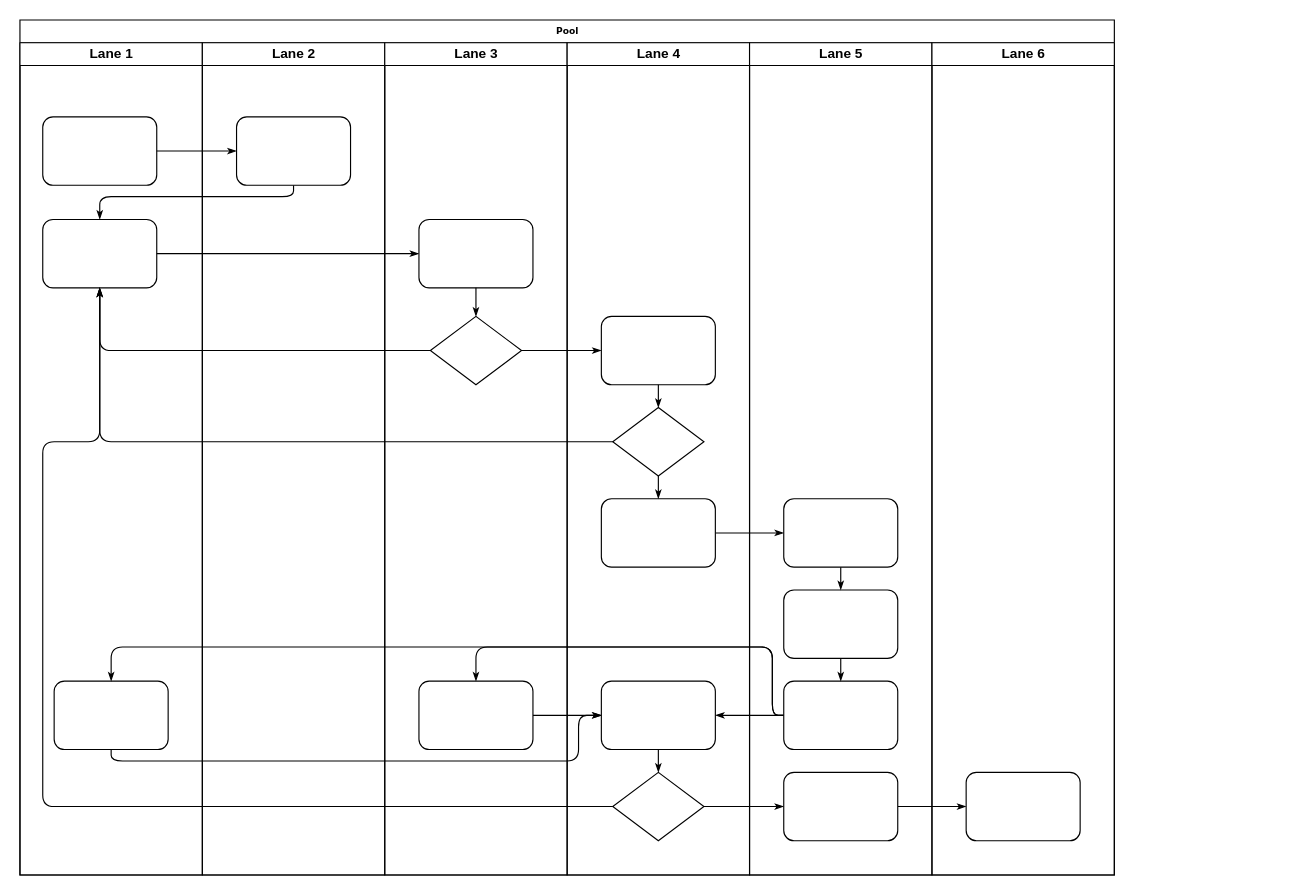
The draw.io diagram CIRCUITOS.drawio in LuizGarcia22/firsttimedream, before the edit. Source tidied: cells renumbered, new cells numbered last; positions are measured from the earlier drawing's top-left corner, leaving out a move shared by most shapes. Both pictures are drawn from the tidied source at 114%, with x=0, y=0 at pixel (19, 19).
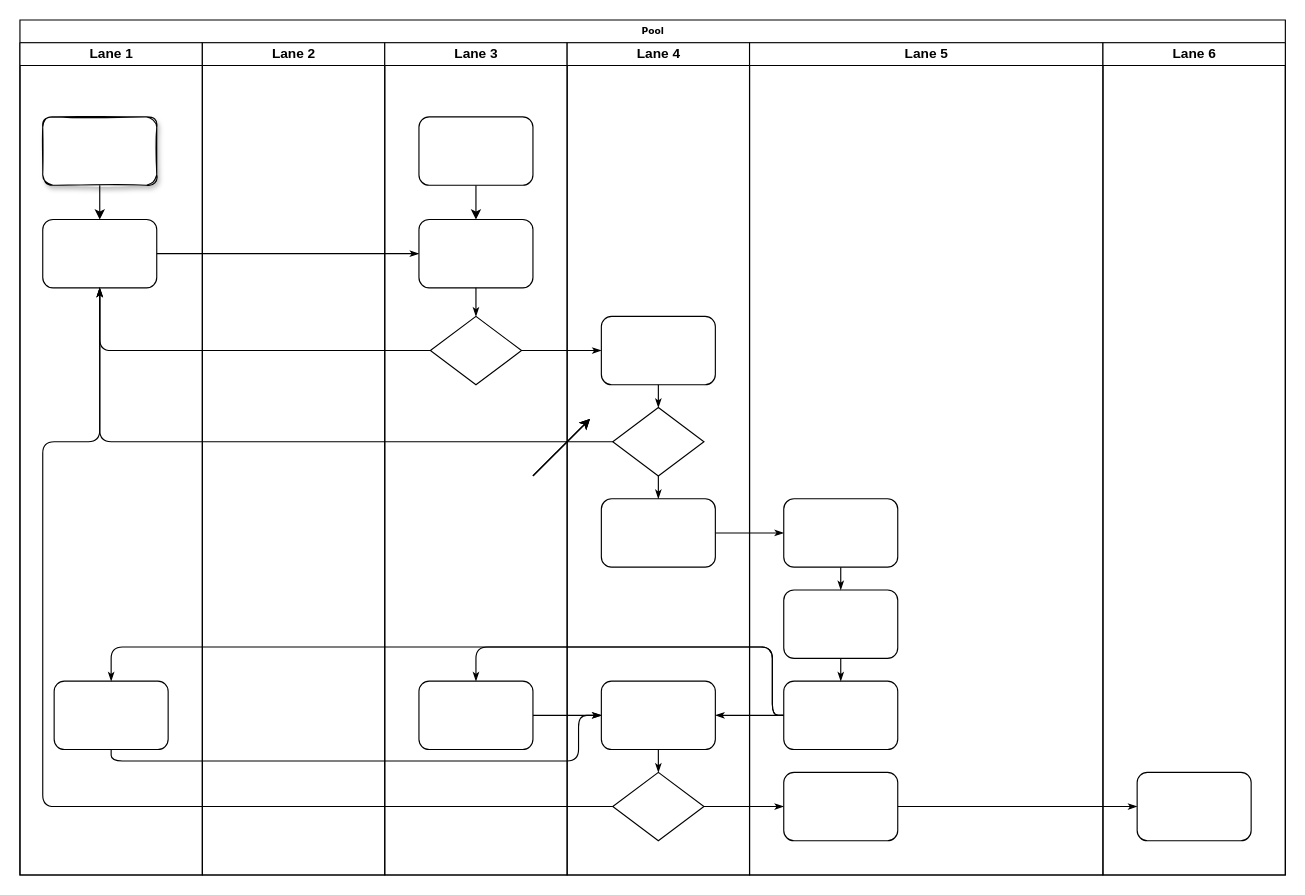
The same page after the edit.

Unchanged cells that the change refers to:
```xml
<mxCell id="3" value="Lane 1" style="swimlane;html=1;startSize=20;" parent="2" vertex="1">
  <mxGeometry y="20" width="160" height="730" as="geometry" />
</mxCell>
<mxCell id="5" style="rounded=1;whiteSpace=wrap;html=1;shadow=0;labelBackgroundColor=none;strokeWidth=1;fontFamily=Verdana;fontSize=8;align=center;" parent="3" vertex="1">
  <mxGeometry x="20" y="155" width="100" height="60" as="geometry" />
</mxCell>
<mxCell id="22" value="Lane 2" style="swimlane;html=1;startSize=20;" parent="2" vertex="1">
  <mxGeometry x="160" y="20" width="160" height="730" as="geometry" />
</mxCell>
<mxCell id="24" value="Lane 3" style="swimlane;html=1;startSize=20;" parent="2" vertex="1">
  <mxGeometry x="320" y="20" width="160" height="730" as="geometry" />
</mxCell>
<mxCell id="25" style="rounded=1;whiteSpace=wrap;html=1;shadow=0;labelBackgroundColor=none;strokeWidth=1;fontFamily=Verdana;fontSize=8;align=center;" parent="24" vertex="1">
  <mxGeometry x="30" y="155" width="100" height="60" as="geometry" />
</mxCell>
```

The edit, as a diff of the source:
```diff
@@
     <mxCell id="2" value="Pool" style="swimlane;html=1;startSize=20;rounded=0;shadow=0;labelBackgroundColor=none;strokeWidth=1;fontFamily=Verdana;fontSize=8;align=center;" parent="1" vertex="1">
-      <mxGeometry width="960" height="750" as="geometry" />
+      <mxGeometry width="1110" height="750" as="geometry" />
     </mxCell>
@@
-    <mxCell id="4" style="rounded=1;whiteSpace=wrap;html=1;shadow=0;labelBackgroundColor=none;strokeWidth=1;fontFamily=Verdana;fontSize=8;align=center;" parent="3" vertex="1">
+    <mxCell id="4" style="rounded=1;whiteSpace=wrap;html=1;shadow=1;labelBackgroundColor=none;strokeWidth=1;fontFamily=Verdana;fontSize=8;align=center;sketch=1;" parent="3" vertex="1">
       <mxGeometry x="20" y="65" width="100" height="60" as="geometry" />
     </mxCell>
+    <mxCell id="47" style="edgeStyle=orthogonalEdgeStyle;rounded=0;jettySize=auto;html=1;" parent="3" edge="1" source="4" target="5">
+      <mxGeometry relative="1" as="geometry" />
+    </mxCell>
@@
-    <mxCell id="7" style="edgeStyle=orthogonalEdgeStyle;rounded=1;html=1;labelBackgroundColor=none;startArrow=none;startFill=0;startSize=5;endArrow=classicThin;endFill=1;endSize=5;jettySize=auto;strokeWidth=1;fontFamily=Verdana;fontSize=8;" parent="2" edge="1" source="4" target="23">
-      <mxGeometry relative="1" as="geometry" />
-    </mxCell>
-    <mxCell id="8" style="edgeStyle=orthogonalEdgeStyle;rounded=1;html=1;labelBackgroundColor=none;startArrow=none;startFill=0;startSize=5;endArrow=classicThin;endFill=1;endSize=5;jettySize=auto;strokeWidth=1;fontFamily=Verdana;fontSize=8;" parent="2" edge="1" source="23" target="5">
-      <mxGeometry relative="1" as="geometry">
-        <Array as="points">
-          <mxPoint x="240" y="155" />
-          <mxPoint x="70" y="155" />
-        </Array>
-      </mxGeometry>
-    </mxCell>
@@
-    <mxCell id="23" style="rounded=1;whiteSpace=wrap;html=1;shadow=0;labelBackgroundColor=none;strokeWidth=1;fontFamily=Verdana;fontSize=8;align=center;" parent="22" vertex="1">
-      <mxGeometry x="30" y="65" width="100" height="60" as="geometry" />
-    </mxCell>
@@
+    <mxCell id="48" style="edgeStyle=orthogonalEdgeStyle;rounded=0;jettySize=auto;html=1;entryX=0.5;entryY=0;entryDx=0;entryDy=0;" parent="24" edge="1" source="23" target="25">
+      <mxGeometry relative="1" as="geometry" />
+    </mxCell>
+    <mxCell id="23" style="rounded=1;whiteSpace=wrap;html=1;shadow=0;labelBackgroundColor=none;strokeWidth=1;fontFamily=Verdana;fontSize=8;align=center;" parent="24" vertex="1">
+      <mxGeometry x="30" y="65" width="100" height="60" as="geometry" />
+    </mxCell>
@@
     <mxCell id="38" value="Lane 5" style="swimlane;html=1;startSize=20;" parent="2" vertex="1">
-      <mxGeometry x="640" y="20" width="160" height="730" as="geometry" />
+      <mxGeometry x="640" y="20" width="310" height="730" as="geometry" />
     </mxCell>
@@
     <mxCell id="45" value="Lane 6" style="swimlane;html=1;startSize=20;" parent="2" vertex="1">
-      <mxGeometry x="800" y="20" width="160" height="730" as="geometry" />
+      <mxGeometry x="950" y="20" width="160" height="730" as="geometry" />
     </mxCell>
@@
+    <mxCell id="49" style="endArrow=classic;html=1;rounded=0;" parent="1" edge="1">
+      <mxGeometry relative="1" as="geometry">
+        <mxPoint x="450" y="400" as="sourcePoint" />
+        <mxPoint x="500" y="350" as="targetPoint" />
+      </mxGeometry>
+    </mxCell>
+    <mxCell id="50" style="endArrow=classic;html=1;rounded=0;" parent="1" edge="1">
+      <mxGeometry relative="1" as="geometry">
+        <mxPoint x="450" y="400" as="sourcePoint" />
+        <mxPoint x="500" y="350" as="targetPoint" />
+      </mxGeometry>
+    </mxCell>
+    <mxCell id="51" style="endArrow=classic;html=1;rounded=0;" parent="1" edge="1">
+      <mxGeometry relative="1" as="geometry">
+        <mxPoint x="450" y="400" as="sourcePoint" />
+        <mxPoint x="500" y="350" as="targetPoint" />
+      </mxGeometry>
+    </mxCell>
```
